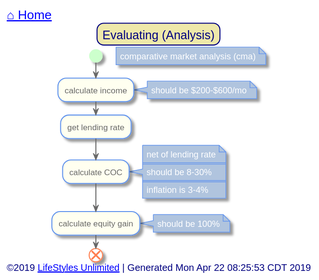
toddmo/lifestylesunlimited keeps this PlantUML diagram as out/src/single-family/evaluating.svg. Above is the earlier version.
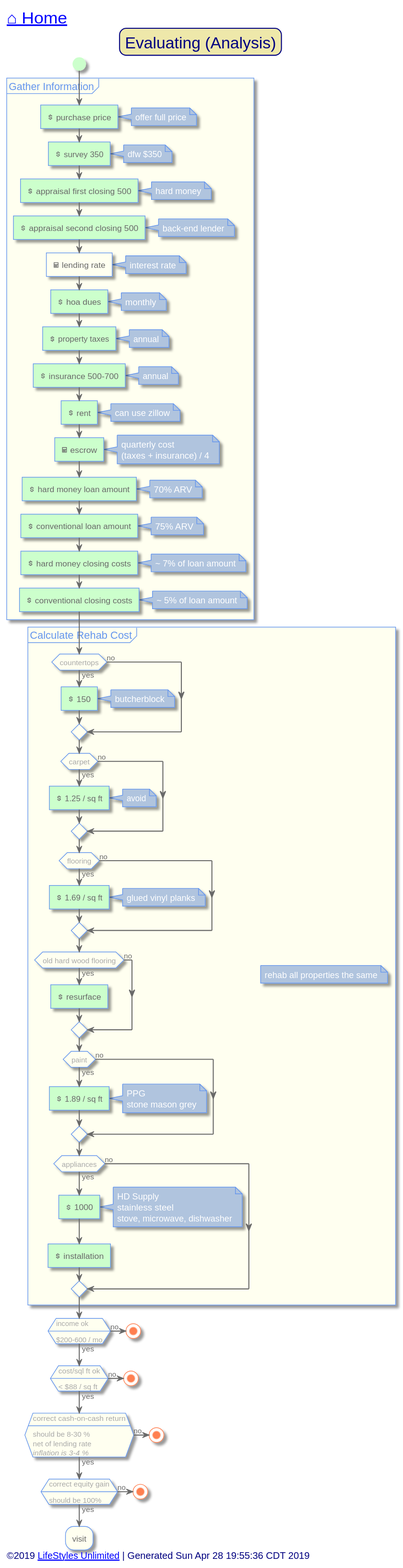
After the commit.

Change to the diagram source:
```diff
@@ -11,11 +11,13 @@
   BackgroundColor PaleGoldenRod
   BorderColor Navy
   BorderRoundCorner 20
+  FontSize 24
 }
 
 skinparam activity {
   BackgroundColor Ivory
   BorderColor CornflowerBlue
+  BorderThickness 1
   FontColor DimGray
 
 
@@ -73,7 +75,7 @@
 
 
 left header
-	<font color=Navy size=18>[[../index.svg ⌂ Home]]</font>
+	<font color=Navy size=24>[[../index.svg ⌂ Home]]</font>
 endheader
 
 
@@ -81,32 +83,119 @@
 
 	start
 
-	floating note right: comparative market analysis (cma)
+	partition "Gather Information" {
+		#PHYSICAL:<&dollar> purchase price]
+		note right: offer full price
+		#PHYSICAL:<&dollar> survey 350]
+		note right: dfw $350
+		#PHYSICAL:<&dollar> appraisal first closing 500]
+		note right: hard money
+		#PHYSICAL:<&dollar> appraisal second closing 500]
+		note right: back-end lender
+		:<&calculator> lending rate]
+		note right: interest rate
+		#PHYSICAL:<&dollar> hoa dues]
+		note right: monthly
+		#PHYSICAL:<&dollar> property taxes]
+		note right: annual
+		#PHYSICAL:<&dollar> insurance 500-700]
+		note right: annual
+		#PHYSICAL:<&dollar> rent]
+		note right: can use zillow
+		#PHYSICAL:<&calculator> escrow]
+		note right
+			quarterly cost
+			(taxes + insurance) / 4
+		end note
+		#PHYSICAL:<&dollar> hard money loan amount]
+		note right
+			70% ARV
+		end note
+		#PHYSICAL:<&dollar> conventional loan amount]
+		note right
+			75% ARV
+		end note
+		#PHYSICAL:<&dollar> hard money closing costs]
+		note right
+			~ 7% of loan amount
+		end note
+		#PHYSICAL:<&dollar> conventional closing costs]
+		note right
+			~ 5% of loan amount
+		end note
+	}
 
-	:calculate income;
-	note right
-		should be $200-$600/mo
-	end note
+	partition "Calculate Rehab Cost" {
+		note right: rehab all properties the same
+		if(countertops) then (yes)
+			#PHYSICAL:<&dollar> 150]
+			note right:butcherblock
+		else (no)
+		endif
 
-	:get lending rate;
+		if(carpet) then (yes)
+			#PHYSICAL:<&dollar> 1.25 / sq ft]
+			note right:avoid
+		else (no)
+		endif
 
-	:calculate COC;
-	note right
-		net of lending rate
-		====
-		should be 8-30%
-		====
-		inflation is 3-4%
-	end note
+		if(flooring) then (yes)
+			#PHYSICAL:<&dollar> 1.69 / sq ft]
+			note right:glued vinyl planks
+		else (no)
+		endif
 
-	:calculate equity gain;
-	note right: should be 100%
+		if(old hard wood flooring) then (yes)
+			#PHYSICAL:<&dollar> resurface]
+		else (no)
+		endif
 
-	end
+		if(paint) then (yes)
+			#PHYSICAL:<&dollar> 1.89 / sq ft]
+			note right
+				PPG
+				stone mason grey
+			end note
+		else (no)
+		endif
+
+		if(appliances) then (yes)
+			#PHYSICAL:<&dollar> 1000]
+			note right
+				HD Supply
+				stainless steel
+				stove, microwave, dishwasher
+			end note
+			#PHYSICAL:<&dollar> installation]
+		else (no)
+		endif
+	}
+
+	if(income ok\n----\n$200-600 / mo) then (no)
+		stop
+	else (yes)
+	endif
+
+	if(cost/sql ft ok\n----\n< $88 / sq ft) then (no)
+		stop
+	else (yes)
+	endif
+
+	if(correct cash-on-cash return\n----\nshould be 8-30 %\nnet of lending rate\n<i>inflation is 3-4 %) then(no)
+		stop
+	else (yes)
+	endif
+
+	if(correct equity gain\n----\nshould be 100%) then(no)
+		stop
+	else (yes)
+	endif
+
+	:visit;
 
 
 left footer
-	<font size=14>©2019 [[http://www.lifestylesunlimited.com LifeStyles Unlimited]] | Generated Mon Apr 22 08:25:53 CDT 2019</font>
+	<font size=14>©2019 [[http://www.lifestylesunlimited.com LifeStyles Unlimited]] | Generated Sun Apr 28 19:55:36 CDT 2019</font>
 endfooter
 
 
```
